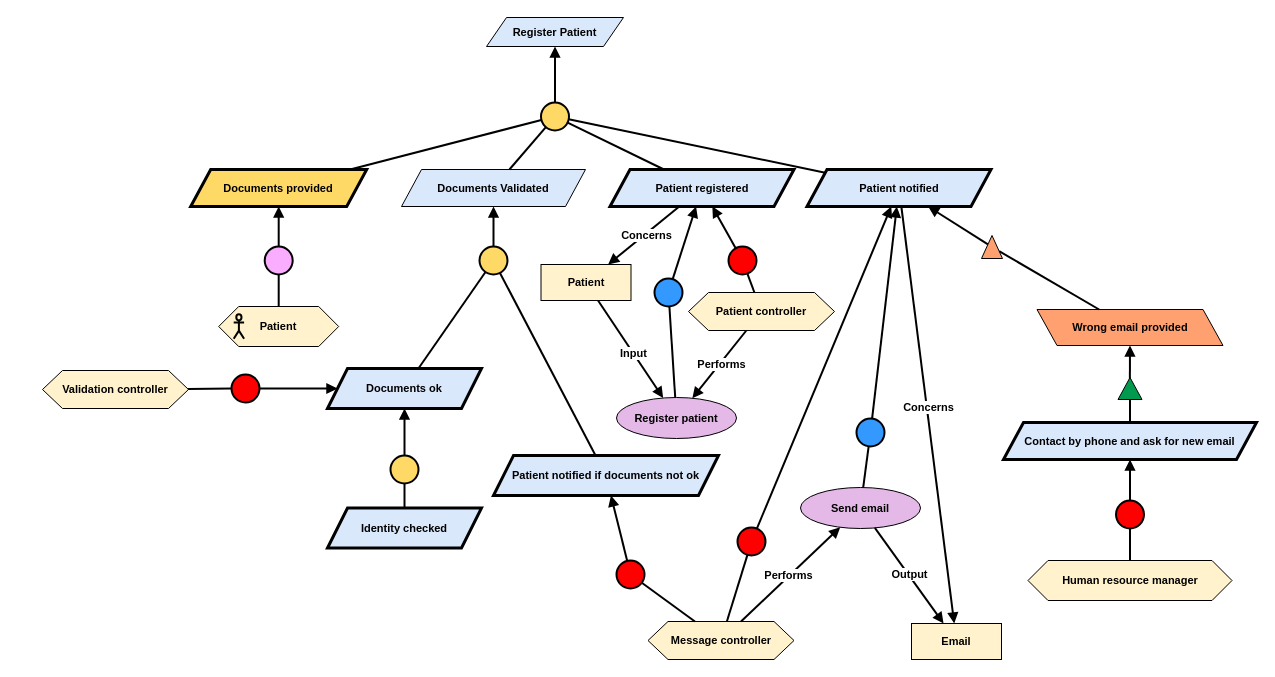
Before: Kaos/KAOS 1.drawio in RafaelCMira/myclinic-msp-project, a draw.io diagram. Source tidied: cells renumbered, new cells numbered last; positions are measured from the earlier drawing's top-left corner, leaving out a move shared by most shapes. Both pictures are drawn from the tidied source at 100%, with x=0, y=0 at pixel (42, 17).
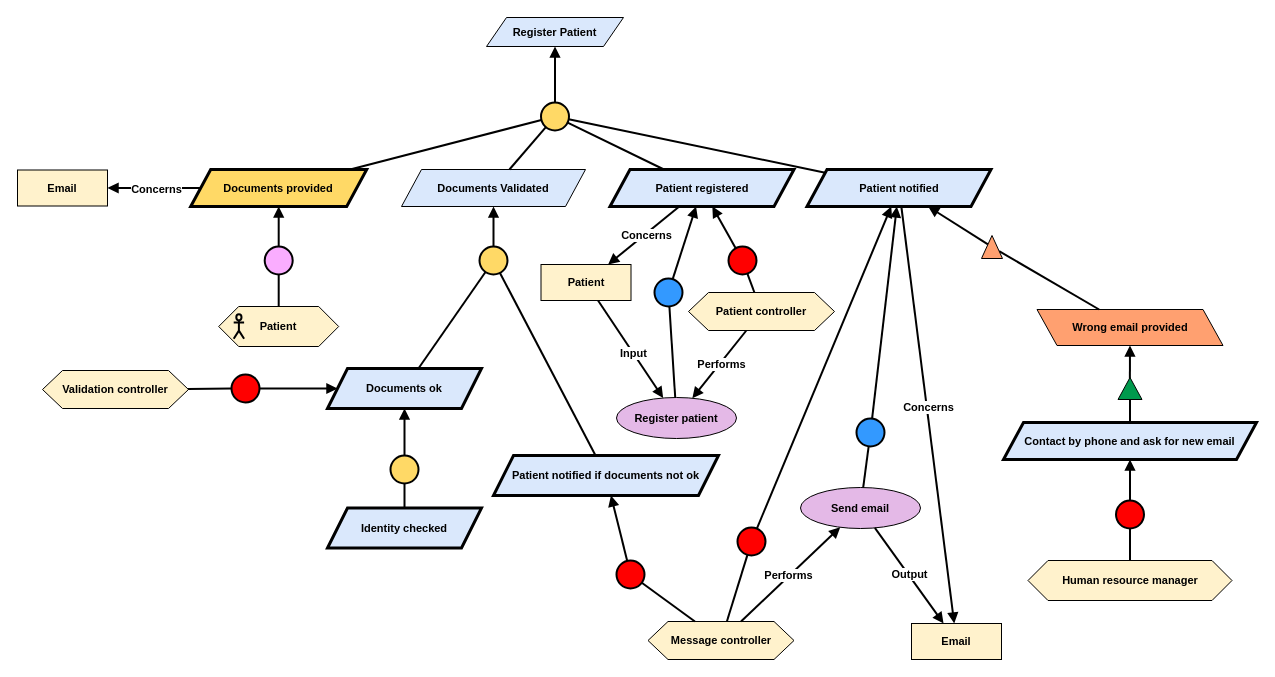
The same page after the edit.

The change refers to these unchanged cells:
```xml
<mxCell id="8" value="&lt;b&gt;Documents provided&lt;/b&gt;" style="shape=parallelogram;perimeter=parallelogramPerimeter;whiteSpace=wrap;html=1;fixedSize=1;fillColor=#FFD966;strokeColor=#000000;strokeWidth=3;fontFamily=Helvetica;fontSize=11;fontColor=default;labelBackgroundColor=none;" parent="1" vertex="1">
  <mxGeometry x="148.2" y="152" width="176" height="37" as="geometry" />
</mxCell>
```

What changed in the source:
```diff
@@
+    <mxCell id="79" value="&lt;b&gt;Email&lt;/b&gt;" style="rounded=0;whiteSpace=wrap;html=1;fillColor=#FFF2CC;fontFamily=Helvetica;fontSize=11;fontColor=default;labelBackgroundColor=none;" parent="1" vertex="1">
+      <mxGeometry x="-25" y="152.5" width="90" height="36" as="geometry" />
+    </mxCell>
+    <mxCell id="80" style="endArrow=block;html=1;rounded=0;endFill=1;strokeWidth=2;" parent="1" edge="1" source="8" target="79">
+      <mxGeometry relative="1" as="geometry" />
+    </mxCell>
+    <mxCell id="81" value="&lt;b&gt;Concerns&lt;/b&gt;" style="edgeLabel;html=1;align=center;verticalAlign=middle;" parent="80" vertex="1">
+      <mxGeometry x="-0.04" y="1" relative="1" as="geometry" />
+    </mxCell>
```
